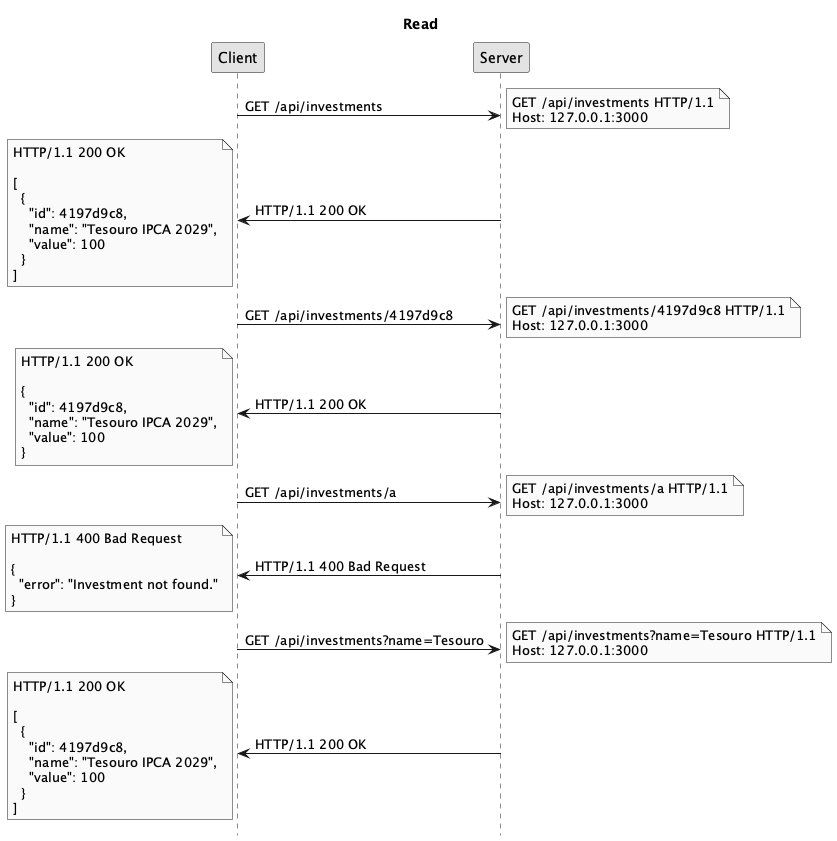
Earlier version of the PlantUML export public/imgs/expressjs/api/read-investments.png (ifpb/lp2).
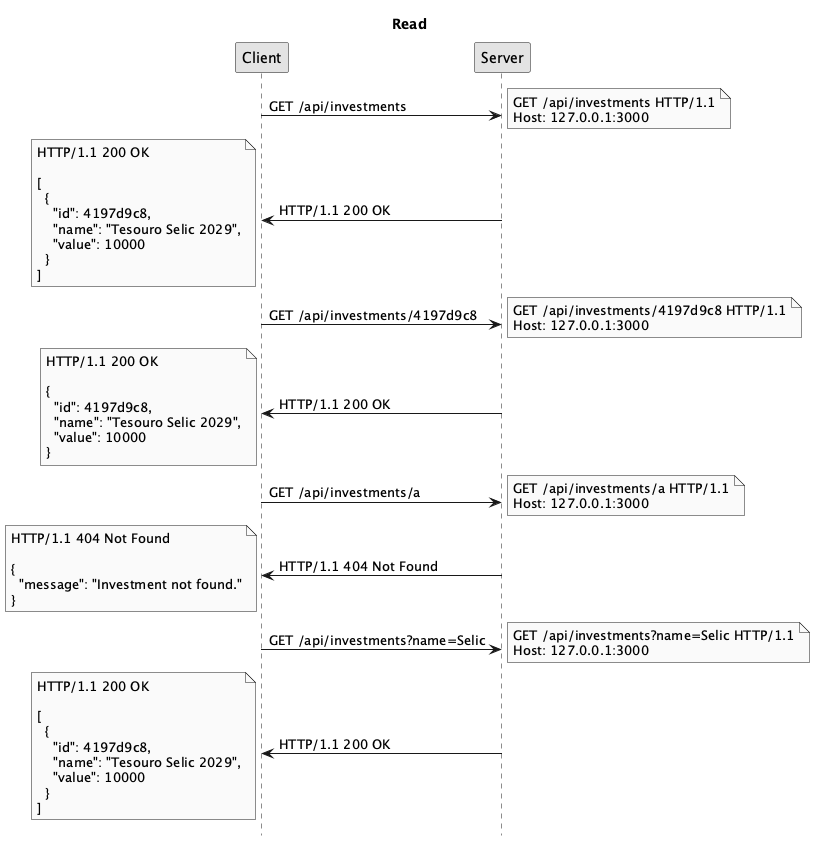
After the change.

Change to the diagram source:
```diff
@@ -6,21 +6,20 @@
 Client -> Server: GET /api/investments
 note right: GET /api/investments HTTP/1.1\nHost: 127.0.0.1:3000
 Server -> Client: HTTP/1.1 200 OK
-note left: HTTP/1.1 200 OK\n\n[\n  {\n    "id": 4197d9c8,\n    "name": "Tesouro IPCA 2029",\n    "value": 100\n  }\n]
+note left: HTTP/1.1 200 OK\n\n[\n  {\n    "id": 4197d9c8,\n    "name": "Tesouro Selic 2029",\n    "value": 10000\n  }\n]
 
 Client -> Server: GET /api/investments/4197d9c8
 note right: GET /api/investments/4197d9c8 HTTP/1.1\nHost: 127.0.0.1:3000
 Server -> Client: HTTP/1.1 200 OK
-note left: HTTP/1.1 200 OK\n\n{\n  "id": 4197d9c8,\n  "name": "Tesouro IPCA 2029",\n  "value": 100\n}
+note left: HTTP/1.1 200 OK\n\n{\n  "id": 4197d9c8,\n  "name": "Tesouro Selic 2029",\n  "value": 10000\n}
 
 Client -> Server: GET /api/investments/a
 note right: GET /api/investments/a HTTP/1.1\nHost: 127.0.0.1:3000
-Server -> Client: HTTP/1.1 400 Bad Request
-note left: HTTP/1.1 400 Bad Request\n\n{\n  "error": "Investment not found."\n}
+Server -> Client: HTTP/1.1 404 Not Found
+note left: HTTP/1.1 404 Not Found\n\n{\n  "message": "Investment not found."\n}
 
-
-Client -> Server: GET /api/investments?name=Tesouro
-note right: GET /api/investments?name=Tesouro HTTP/1.1\nHost: 127.0.0.1:3000
+Client -> Server: GET /api/investments?name=Selic
+note right: GET /api/investments?name=Selic HTTP/1.1\nHost: 127.0.0.1:3000
 Server -> Client: HTTP/1.1 200 OK
-note left: HTTP/1.1 200 OK\n\n[\n  {\n    "id": 4197d9c8,\n    "name": "Tesouro IPCA 2029",\n    "value": 100\n  }\n]
+note left: HTTP/1.1 200 OK\n\n[\n  {\n    "id": 4197d9c8,\n    "name": "Tesouro Selic 2029",\n    "value": 10000\n  }\n]
 @enduml
```
